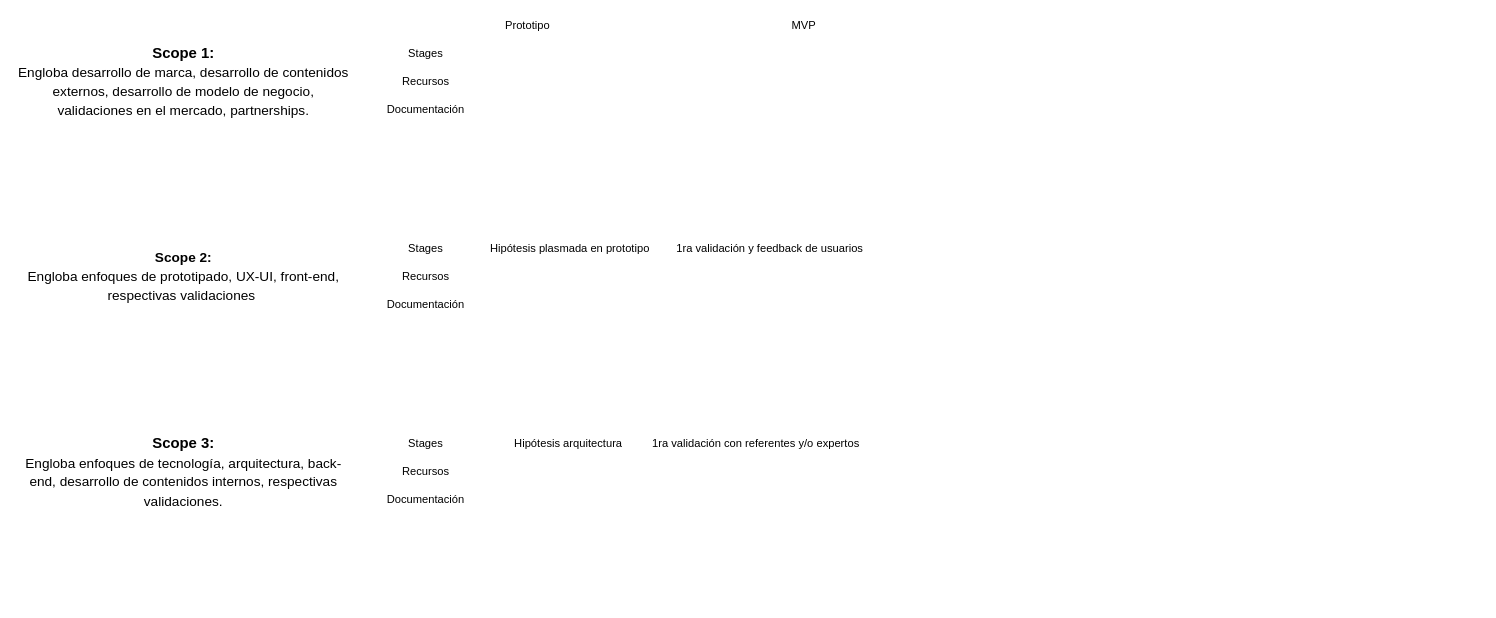
KidsCorp/KC-ProductDev keeps this draw.io diagram as Untitled Diagram.drawio. Above is the earlier version. Source tidied: cells renumbered, new cells numbered last; positions are measured from the earlier drawing's top-left corner, leaving out a move shared by most shapes. Both pictures are drawn from the tidied source at 93%, with x=0, y=0 at pixel (16, 16).
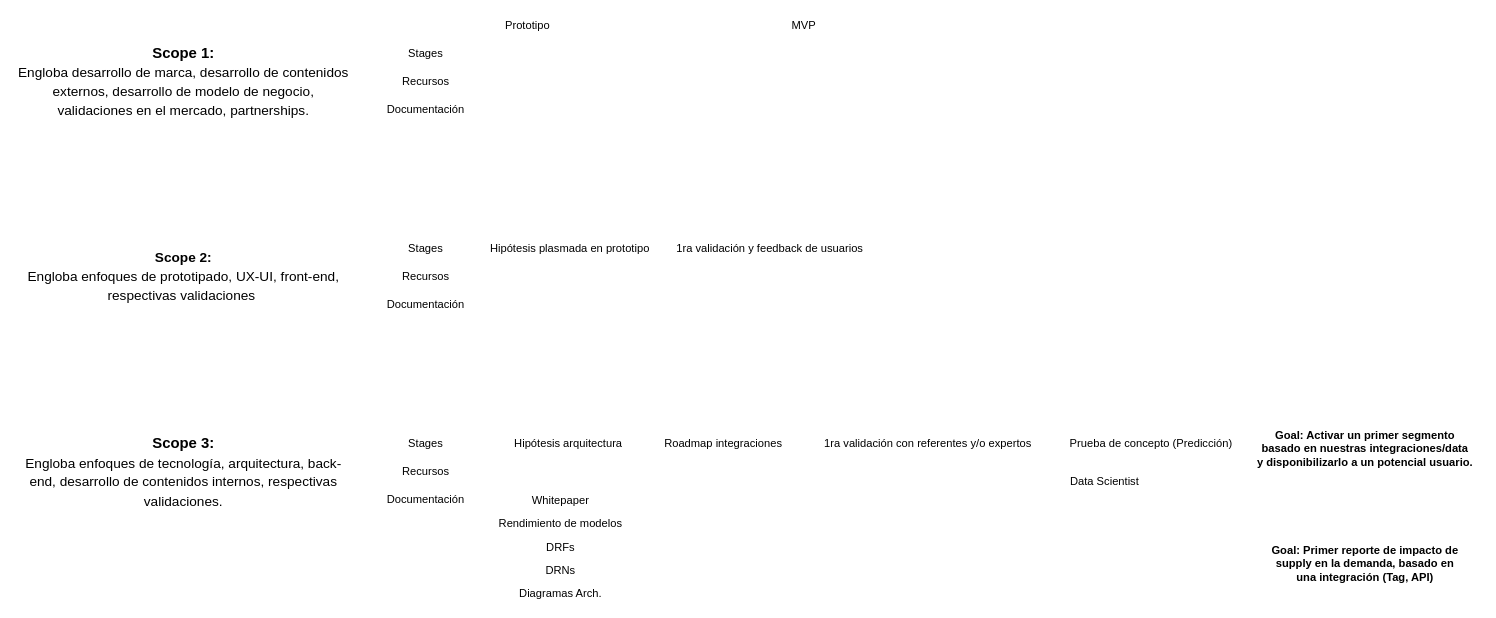
The same diagram, later.

Change to the diagram source:
```diff
@@
     <mxCell id="19" value="1ra validación con referentes y/o expertos" style="text;html=1;align=center;verticalAlign=middle;strokeColor=none;" parent="1" vertex="1">
-      <mxGeometry x="675" y="450" width="240" height="20" as="geometry" />
+      <mxGeometry x="860" y="450" width="240" height="20" as="geometry" />
     </mxCell>
+    <mxCell id="20" value="Whitepaper" style="text;html=1;align=center;verticalAlign=middle;strokeColor=none;" parent="1" vertex="1">
+      <mxGeometry x="545" y="511" width="80" height="20" as="geometry" />
+    </mxCell>
+    <mxCell id="21" value="DRFs" style="text;html=1;align=center;verticalAlign=middle;strokeColor=none;" parent="1" vertex="1">
+      <mxGeometry x="560" y="561" width="50" height="20" as="geometry" />
+    </mxCell>
+    <mxCell id="22" value="DRNs" style="text;html=1;align=center;verticalAlign=middle;strokeColor=none;" parent="1" vertex="1">
+      <mxGeometry x="560" y="586" width="50" height="20" as="geometry" />
+    </mxCell>
+    <mxCell id="23" value="Diagramas Arch." style="text;html=1;align=center;verticalAlign=middle;strokeColor=none;" parent="1" vertex="1">
+      <mxGeometry x="535" y="611" width="100" height="20" as="geometry" />
+    </mxCell>
+    <mxCell id="24" value="Rendimiento de modelos" style="text;html=1;align=center;verticalAlign=middle;strokeColor=none;" parent="1" vertex="1">
+      <mxGeometry x="510" y="536" width="150" height="20" as="geometry" />
+    </mxCell>
+    <mxCell id="25" value="Prueba de concepto (Predicción)" style="text;html=1;align=center;verticalAlign=middle;strokeColor=none;" parent="1" vertex="1">
+      <mxGeometry x="1125" y="450" width="190" height="20" as="geometry" />
+    </mxCell>
+    <mxCell id="26" value="Data Scientist" style="text;html=1;align=center;verticalAlign=middle;strokeColor=none;" parent="1" vertex="1">
+      <mxGeometry x="1125" y="490" width="90" height="20" as="geometry" />
+    </mxCell>
+    <mxCell id="27" value="Roadmap integraciones" style="text;html=1;align=center;verticalAlign=middle;strokeColor=none;" parent="1" vertex="1">
+      <mxGeometry x="690" y="450" width="140" height="20" as="geometry" />
+    </mxCell>
+    <mxCell id="28" value="&lt;b&gt;Goal: Activar un primer segmento&lt;br&gt;basado en nuestras integraciones/data&lt;br&gt;y disponibilizarlo a un potencial usuario.&lt;/b&gt;" style="text;html=1;align=center;verticalAlign=middle;strokeColor=none;" parent="1" vertex="1">
+      <mxGeometry x="1325" y="440" width="250" height="50" as="geometry" />
+    </mxCell>
+    <mxCell id="29" value="&lt;b&gt;Goal: Primer reporte de impacto de&lt;br&gt;supply en la demanda, basado en&lt;br&gt;una integración (Tag, API)&lt;/b&gt;" style="text;html=1;align=center;verticalAlign=middle;strokeColor=none;" parent="1" vertex="1">
+      <mxGeometry x="1340" y="564" width="220" height="50" as="geometry" />
+    </mxCell>
```
